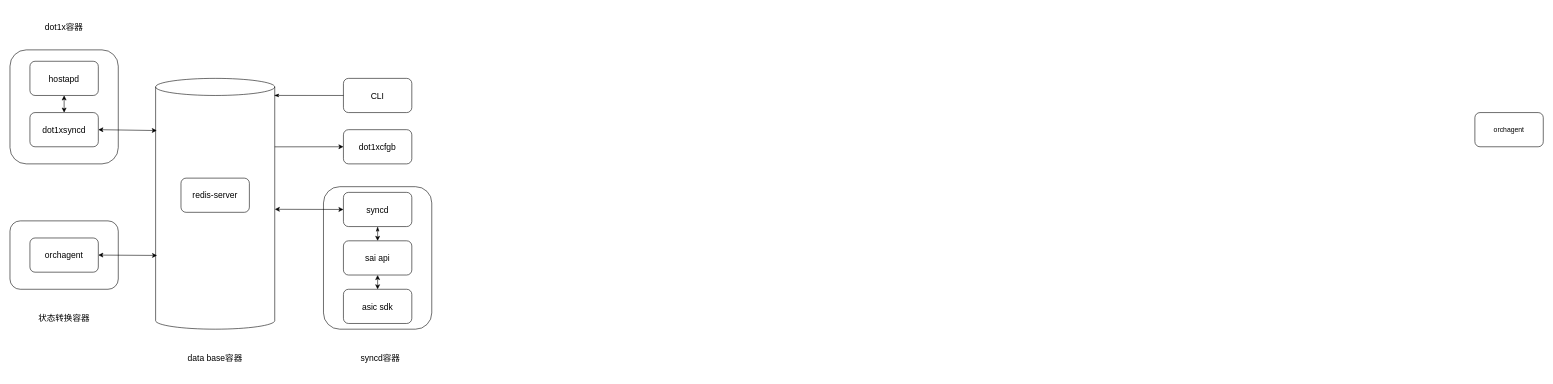
This is 系统结构图.drawio from PATORITU/PATORITU, a draw.io file, before an edit. Source tidied: cells renumbered, new cells numbered last; positions are measured from the earlier drawing's top-left corner, leaving out a move shared by most shapes. Both pictures are drawn from the tidied source at 57%, with x=0, y=0 at pixel (10, 10).
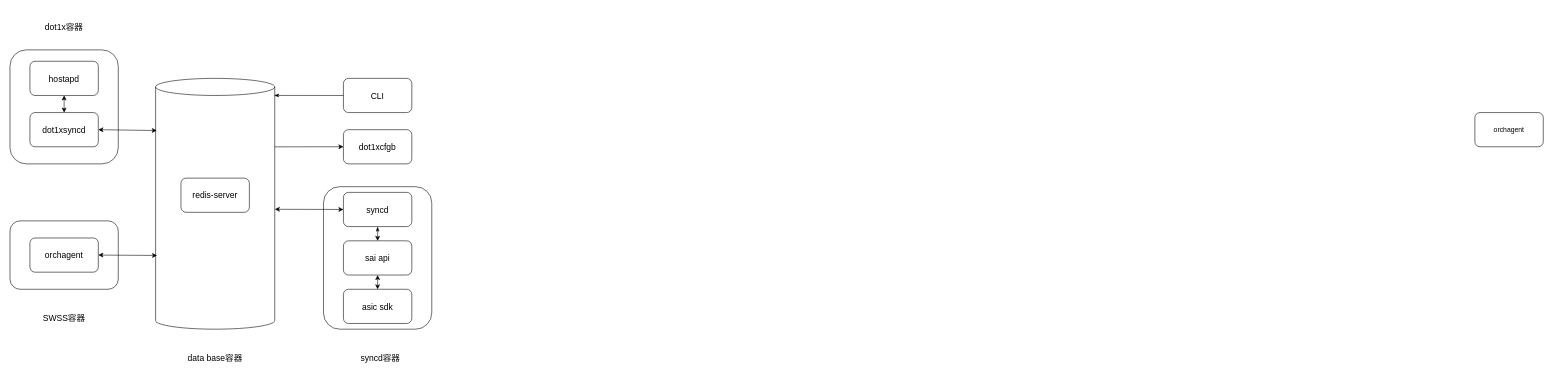
The same diagram, later.

Commit message (it also covers changes not shown here):
更新系统结构图.drawio

Change to the diagram source:
```diff
@@
-    <mxCell id="27" value="&lt;font style=&quot;font-size: 15px;&quot;&gt;状态转换容器&lt;/font&gt;" style="rounded=0;whiteSpace=wrap;html=1;strokeColor=none;" parent="1" vertex="1">
+    <mxCell id="27" value="&lt;font style=&quot;font-size: 15px;&quot;&gt;SWSS容器&lt;/font&gt;" style="rounded=0;whiteSpace=wrap;html=1;strokeColor=none;" parent="1" vertex="1">
       <mxGeometry x="35" y="510" width="120" height="60" as="geometry" />
     </mxCell>
```
